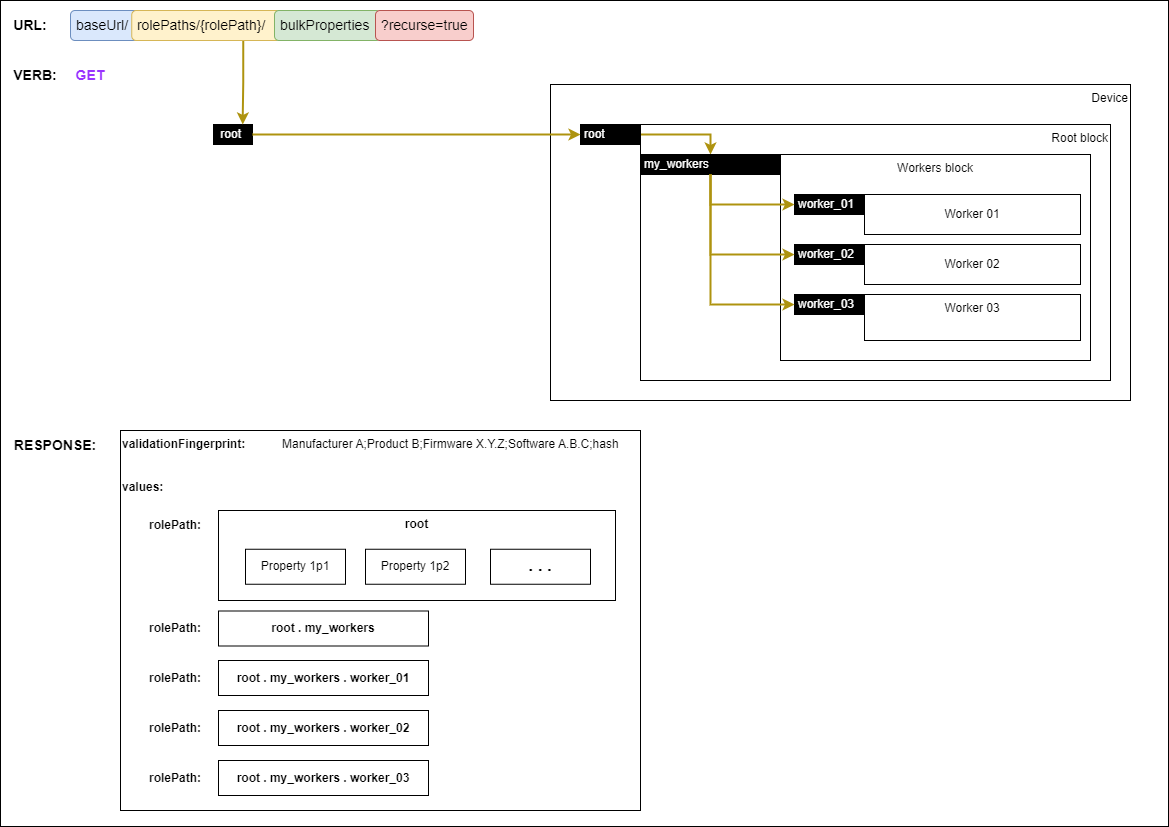
Before: docs/images/performing-full-backup.png, a diagram exported from draw.io (AMWA-TV/is-device-configuration). Source tidied: cells renumbered, new cells last; positions are measured from the earlier drawing's top-left corner, leaving out a move shared by most shapes.
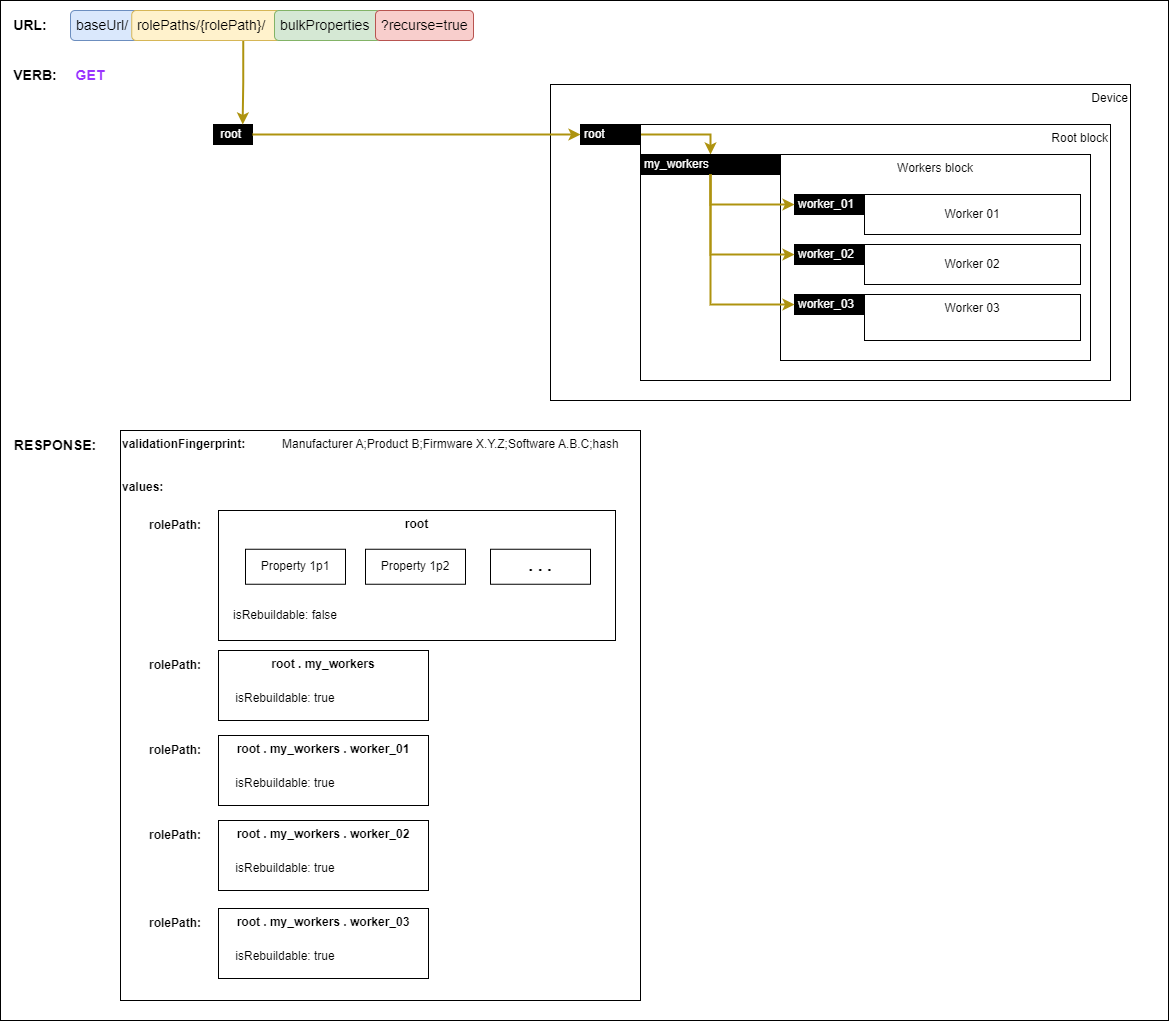
Later version of the same file.

The edit, as a diff of the source:
```diff
@@ -3,7 +3,7 @@
     <mxCell id="0" />
     <mxCell id="1" parent="0" />
     <mxCell id="2" style="rounded=0;whiteSpace=wrap;html=1;" parent="1" vertex="1">
-      <mxGeometry width="1168" height="826" as="geometry" />
+      <mxGeometry width="1168" height="1020" as="geometry" />
     </mxCell>
     <mxCell id="3" value="Device" style="rounded=0;whiteSpace=wrap;html=1;align=right;verticalAlign=top;" parent="1" vertex="1">
       <mxGeometry x="550" y="84" width="580" height="316" as="geometry" />
@@ -84,10 +84,10 @@
       <mxGeometry x="10" y="430" width="90" height="30" as="geometry" />
     </mxCell>
     <mxCell id="29" value="&lt;div&gt;&lt;b&gt;validationFingerprint:&lt;/b&gt; &lt;span style=&quot;white-space: pre;&quot;&gt;&#9;&lt;/span&gt;&lt;span style=&quot;white-space: pre;&quot;&gt;&#9;&lt;/span&gt;Manufacturer A;Product B;Firmware X.Y.Z;Software A.B.C;hash&lt;br&gt;&lt;/div&gt;&lt;div&gt;&lt;br&gt;&lt;/div&gt;&lt;div&gt;&lt;br&gt;&lt;/div&gt;&lt;b&gt;values:&lt;/b&gt;" style="rounded=0;whiteSpace=wrap;html=1;align=left;verticalAlign=top;" parent="1" vertex="1">
-      <mxGeometry x="120" y="430" width="520" height="380" as="geometry" />
+      <mxGeometry x="120" y="430" width="520" height="570" as="geometry" />
     </mxCell>
     <mxCell id="30" value="root" style="rounded=0;whiteSpace=wrap;html=1;verticalAlign=top;fontStyle=1;" parent="1" vertex="1">
-      <mxGeometry x="218" y="510" width="397" height="90" as="geometry" />
+      <mxGeometry x="218" y="510" width="397" height="130" as="geometry" />
     </mxCell>
     <mxCell id="31" value="&lt;b&gt;rolePath:&lt;/b&gt;" style="text;html=1;align=center;verticalAlign=middle;whiteSpace=wrap;rounded=0;" parent="1" vertex="1">
       <mxGeometry x="145" y="510" width="60" height="30" as="geometry" />
@@ -101,29 +101,44 @@
     <mxCell id="34" value=". . ." style="rounded=0;whiteSpace=wrap;html=1;fontStyle=1;fontSize=17;" parent="1" vertex="1">
       <mxGeometry x="490" y="548.8" width="100" height="35" as="geometry" />
     </mxCell>
-    <mxCell id="35" value="&lt;b&gt;root . my_workers&lt;/b&gt;" style="rounded=0;whiteSpace=wrap;html=1;" parent="1" vertex="1">
-      <mxGeometry x="218" y="610.5" width="210" height="35" as="geometry" />
+    <mxCell id="35" value="&lt;b&gt;root . my_workers&lt;/b&gt;" style="rounded=0;whiteSpace=wrap;html=1;verticalAlign=top;" parent="1" vertex="1">
+      <mxGeometry x="218" y="650" width="210" height="70" as="geometry" />
     </mxCell>
-    <mxCell id="36" value="root . my_workers . worker_01" style="rounded=0;whiteSpace=wrap;html=1;fontStyle=1;" parent="1" vertex="1">
-      <mxGeometry x="218" y="660" width="210" height="35" as="geometry" />
-    </mxCell>
-    <mxCell id="37" value="root . my_workers . worker_02" style="rounded=0;whiteSpace=wrap;html=1;fontStyle=1;" parent="1" vertex="1">
-      <mxGeometry x="218" y="710" width="210" height="35" as="geometry" />
-    </mxCell>
-    <mxCell id="38" value="root . my_workers . worker_03" style="rounded=0;whiteSpace=wrap;html=1;fontStyle=1;" parent="1" vertex="1">
-      <mxGeometry x="218" y="760" width="210" height="35" as="geometry" />
-    </mxCell>
     <mxCell id="39" value="&lt;b&gt;rolePath:&lt;/b&gt;" style="text;html=1;align=center;verticalAlign=middle;whiteSpace=wrap;rounded=0;" parent="1" vertex="1">
-      <mxGeometry x="145" y="613" width="60" height="30" as="geometry" />
+      <mxGeometry x="145" y="650" width="60" height="30" as="geometry" />
     </mxCell>
     <mxCell id="40" value="&lt;b&gt;rolePath:&lt;/b&gt;" style="text;html=1;align=center;verticalAlign=middle;whiteSpace=wrap;rounded=0;" parent="1" vertex="1">
-      <mxGeometry x="145" y="662.5" width="60" height="30" as="geometry" />
+      <mxGeometry x="145" y="735" width="60" height="30" as="geometry" />
     </mxCell>
     <mxCell id="41" value="&lt;b&gt;rolePath:&lt;/b&gt;" style="text;html=1;align=center;verticalAlign=middle;whiteSpace=wrap;rounded=0;" parent="1" vertex="1">
-      <mxGeometry x="145" y="712.5" width="60" height="30" as="geometry" />
+      <mxGeometry x="145" y="820" width="60" height="30" as="geometry" />
     </mxCell>
     <mxCell id="42" value="&lt;b&gt;rolePath:&lt;/b&gt;" style="text;html=1;align=center;verticalAlign=middle;whiteSpace=wrap;rounded=0;" parent="1" vertex="1">
-      <mxGeometry x="145" y="762.5" width="60" height="30" as="geometry" />
+      <mxGeometry x="145" y="908" width="60" height="30" as="geometry" />
     </mxCell>
+    <mxCell id="43" value="isRebuildable: false" style="text;html=1;align=center;verticalAlign=middle;whiteSpace=wrap;rounded=0;" parent="1" vertex="1">
+      <mxGeometry x="225" y="600" width="120" height="30" as="geometry" />
+    </mxCell>
+    <mxCell id="44" value="isRebuildable: true" style="text;html=1;align=center;verticalAlign=middle;whiteSpace=wrap;rounded=0;" parent="1" vertex="1">
+      <mxGeometry x="225" y="682.5" width="120" height="30" as="geometry" />
+    </mxCell>
+    <mxCell id="36" value="&lt;span style=&quot;font-weight: 700;&quot;&gt;root . my_workers . worker_01&lt;/span&gt;" style="rounded=0;whiteSpace=wrap;html=1;verticalAlign=top;" parent="1" vertex="1">
+      <mxGeometry x="218" y="735" width="210" height="70" as="geometry" />
+    </mxCell>
+    <mxCell id="45" value="isRebuildable: true" style="text;html=1;align=center;verticalAlign=middle;whiteSpace=wrap;rounded=0;" parent="1" vertex="1">
+      <mxGeometry x="225" y="767.5" width="120" height="30" as="geometry" />
+    </mxCell>
+    <mxCell id="37" value="&lt;span style=&quot;font-weight: 700;&quot;&gt;root . my_workers . worker_02&lt;/span&gt;" style="rounded=0;whiteSpace=wrap;html=1;verticalAlign=top;" parent="1" vertex="1">
+      <mxGeometry x="218" y="820" width="210" height="70" as="geometry" />
+    </mxCell>
+    <mxCell id="46" value="isRebuildable: true" style="text;html=1;align=center;verticalAlign=middle;whiteSpace=wrap;rounded=0;" parent="1" vertex="1">
+      <mxGeometry x="225" y="852.5" width="120" height="30" as="geometry" />
+    </mxCell>
+    <mxCell id="38" value="&lt;span style=&quot;font-weight: 700;&quot;&gt;root . my_workers . worker_03&lt;/span&gt;" style="rounded=0;whiteSpace=wrap;html=1;verticalAlign=top;" parent="1" vertex="1">
+      <mxGeometry x="218" y="908" width="210" height="70" as="geometry" />
+    </mxCell>
+    <mxCell id="47" value="isRebuildable: true" style="text;html=1;align=center;verticalAlign=middle;whiteSpace=wrap;rounded=0;" parent="1" vertex="1">
+      <mxGeometry x="225" y="940.5" width="120" height="30" as="geometry" />
+    </mxCell>
   </root>
 </mxGraphModel>
```
